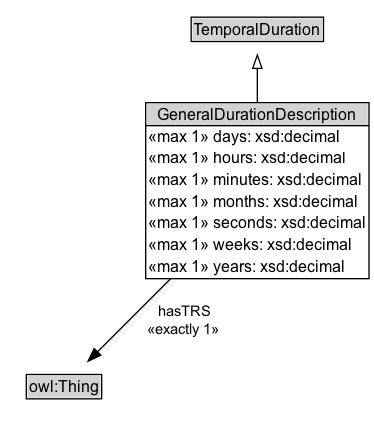
Earlier version of the Graphviz export docs/diagrams/GeneralDurationDescription.dot.png (ISO-TC204/ontology-import-time). Its source is kept beside it as docs/diagrams/GeneralDurationDescription.dot. Source of this version:
```dot
digraph {
	graph [overlap=false rankdir=TB splines=true]
	node [fontname=Arial fontsize=12 margin=0 shape=none]
	edge [fontname=Arial fontsize=11]
	{
		rank=max
		GeneralDurationDescription [label=<<TABLE BORDER="1" CELLBORDER="0" CELLSPACING="0" CELLPADDING="1"><TR><TD BGCOLOR="lightgray" ALIGN="CENTER" PORT="e">GeneralDurationDescription</TD></TR><HR/><TR><TD ALIGN="LEFT">«max 1» days: xsd:decimal</TD></TR><TR><TD ALIGN="LEFT">«max 1» hours: xsd:decimal</TD></TR><TR><TD ALIGN="LEFT">«max 1» minutes: xsd:decimal</TD></TR><TR><TD ALIGN="LEFT">«max 1» months: xsd:decimal</TD></TR><TR><TD ALIGN="LEFT">«max 1» seconds: xsd:decimal</TD></TR><TR><TD ALIGN="LEFT">«max 1» weeks: xsd:decimal</TD></TR><TR><TD ALIGN="LEFT">«max 1» years: xsd:decimal</TD></TR></TABLE>> URL="../GeneralDurationDescription" margin=0]
	}
	subgraph cluster_associated {
		label="" style=invis
		Invis [label=<<TABLE BORDER="0" CELLBORDER="0" CELLSPACING="0" CELLPADDING="1"><TR><TD></TD></TR></TABLE>> margin=0 style=invis]
		owl_Thing [label=<<TABLE BORDER="1" CELLBORDER="0" CELLSPACING="0" CELLPADDING="1"><TR><TD BGCOLOR="lightgray" ALIGN="CENTER">owl:Thing</TD></TR></TABLE>> margin=0]
	}
	TemporalDuration [label=<<TABLE BORDER="1" CELLBORDER="0" CELLSPACING="0" CELLPADDING="1"><TR><TD BGCOLOR="lightgray" ALIGN="CENTER">TemporalDuration</TD></TR></TABLE>> URL="../TemporalDuration" margin=0]
	GeneralDurationDescription -> TemporalDuration [arrowhead=onormal style=solid]
	GeneralDurationDescription -> Invis [style=invis]
	Invis -> owl_Thing [style=invis]
	GeneralDurationDescription -> owl_Thing [label=" hasTRS
 «exactly 1»  " arrowhead=normal style=solid]
}
```
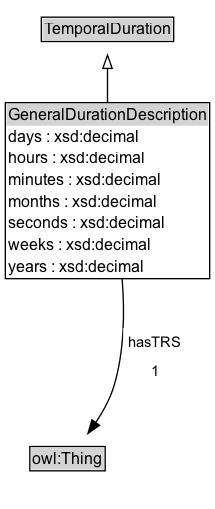
The same file after the commit.

What changed in the source:
```diff
@@ -3,18 +3,21 @@
 	node [fontname=Arial fontsize=12 margin=0 shape=none]
 	edge [fontname=Arial fontsize=11]
 	{
+		rank=source
+		TemporalDuration [label=<<TABLE BORDER="1" CELLBORDER="0" CELLSPACING="0" CELLPADDING="1"><TR><TD BGCOLOR="lightgray" ALIGN="CENTER">TemporalDuration</TD></TR></TABLE>> URL="../TemporalDuration" margin=0]
+	}
+	GeneralDurationDescription [label=<<TABLE BORDER="1" CELLBORDER="0" CELLSPACING="0" CELLPADDING="1"><TR><TD BGCOLOR="lightgray" ALIGN="CENTER">GeneralDurationDescription</TD></TR><TR><TD ALIGN="LEFT">days : xsd:decimal</TD></TR><TR><TD ALIGN="LEFT">hours : xsd:decimal</TD></TR><TR><TD ALIGN="LEFT">minutes : xsd:decimal</TD></TR><TR><TD ALIGN="LEFT">months : xsd:decimal</TD></TR><TR><TD ALIGN="LEFT">seconds : xsd:decimal</TD></TR><TR><TD ALIGN="LEFT">weeks : xsd:decimal</TD></TR><TR><TD ALIGN="LEFT">years : xsd:decimal</TD></TR></TABLE>> URL="../GeneralDurationDescription" margin=0]
+	{
 		rank=max
-		GeneralDurationDescription [label=<<TABLE BORDER="1" CELLBORDER="0" CELLSPACING="0" CELLPADDING="1"><TR><TD BGCOLOR="lightgray" ALIGN="CENTER" PORT="e">GeneralDurationDescription</TD></TR><HR/><TR><TD ALIGN="LEFT">«max 1» days: xsd:decimal</TD></TR><TR><TD ALIGN="LEFT">«max 1» hours: xsd:decimal</TD></TR><TR><TD ALIGN="LEFT">«max 1» minutes: xsd:decimal</TD></TR><TR><TD ALIGN="LEFT">«max 1» months: xsd:decimal</TD></TR><TR><TD ALIGN="LEFT">«max 1» seconds: xsd:decimal</TD></TR><TR><TD ALIGN="LEFT">«max 1» weeks: xsd:decimal</TD></TR><TR><TD ALIGN="LEFT">«max 1» years: xsd:decimal</TD></TR></TABLE>> URL="../GeneralDurationDescription" margin=0]
 	}
 	subgraph cluster_associated {
 		label="" style=invis
 		Invis [label=<<TABLE BORDER="0" CELLBORDER="0" CELLSPACING="0" CELLPADDING="1"><TR><TD></TD></TR></TABLE>> margin=0 style=invis]
-		owl_Thing [label=<<TABLE BORDER="1" CELLBORDER="0" CELLSPACING="0" CELLPADDING="1"><TR><TD BGCOLOR="lightgray" ALIGN="CENTER">owl:Thing</TD></TR></TABLE>> margin=0]
+		owl_Thing [label=<<TABLE BORDER="1" CELLBORDER="0" CELLSPACING="0" CELLPADDING="1"><TR><TD BGCOLOR="lightgray" ALIGN="CENTER">owl:Thing</TD></TR></TABLE>> URL="https://w3id.org/citydata/imported/owl/latest/Thing" margin=0]
 	}
-	TemporalDuration [label=<<TABLE BORDER="1" CELLBORDER="0" CELLSPACING="0" CELLPADDING="1"><TR><TD BGCOLOR="lightgray" ALIGN="CENTER">TemporalDuration</TD></TR></TABLE>> URL="../TemporalDuration" margin=0]
 	GeneralDurationDescription -> TemporalDuration [arrowhead=onormal style=solid]
 	GeneralDurationDescription -> Invis [style=invis]
 	Invis -> owl_Thing [style=invis]
-	GeneralDurationDescription -> owl_Thing [label=" hasTRS
- «exactly 1»  " arrowhead=normal style=solid]
+	owl_Thing [label=<<TABLE BORDER="1" CELLBORDER="0" CELLSPACING="0" CELLPADDING="1"><TR><TD BGCOLOR="lightgray" ALIGN="CENTER">owl:Thing</TD></TR></TABLE>> URL="https://w3id.org/citydata/imported/owl/latest/Thing" margin=0]
+	GeneralDurationDescription -> owl_Thing [label=<<TABLE BORDER="0" CELLBORDER="0" CELLSPACING="0" CELLPADDING="4" BGCOLOR="white"><TR><TD ALIGN="CENTER">hasTRS</TD></TR><TR><TD ALIGN="CENTER">1</TD></TR></TABLE>> arrowhead=normal style=solid]
 }
```
